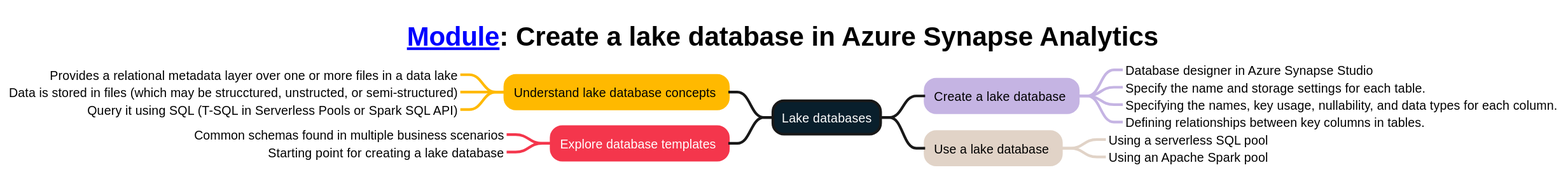
The PlantUML diagram mindmaps/06-Create a lake database in Azure Synapse Analytics.svg in weslbo/dp-203, before a commit.
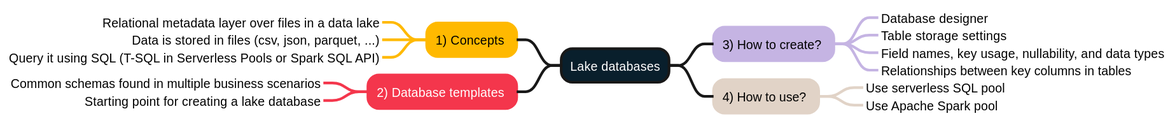
Later version of the same file.

The edit, as a diff of the source:
```diff
@@ -1,62 +1,55 @@
 @startmindmap
 <style>
-title {
-        FontSize 30
-        FontColor #000000
-    }
-mindmapDiagram {
-    :depth(0) {
-        BackgroundColor #091f2c
-        FontColor #ffffff
-        LineThickness 3.0
-    }
-    .topic1 {
-        BackgroundColor #ffb900
-        LineColor #ffb900
-        LineThickness 3.0
-        FontColor #000000
-    }
-    .topic2 {
-        BackgroundColor #f4364c
-        LineColor #f4364c
-        LineThickness 3.0
-        FontColor #ffffff
-    }
-    .topic3 {
-        BackgroundColor #c5b4e3
-        LineColor #c5b4e3
-        LineThickness 3.0
-        FontColor #000000
-    }
-    .topic4 {
-        BackgroundColor #e1d3c7
-        LineColor #e1d3c7
-        LineThickness 3.0
-        FontColor #000000
-    }
-    .topic5 {
-        BackgroundColor #07641d
-        LineColor #07641d
-        LineThickness 3.0
-        FontColor #ffffff
-    }
+:depth(0) {
+    BackgroundColor #091f2c
+    FontColor #ffffff
+    LineThickness 3.0
+}
+.topic1 {
+    BackgroundColor #ffb900
+    LineColor #ffb900
+    LineThickness 3.0
+    FontColor #000000
+}
+.topic2 {
+    BackgroundColor #f4364c
+    LineColor #f4364c
+    LineThickness 3.0
+    FontColor #ffffff
+}
+.topic3 {
+    BackgroundColor #c5b4e3
+    LineColor #c5b4e3
+    LineThickness 3.0
+    FontColor #000000
+}
+.topic4 {
+    BackgroundColor #e1d3c7
+    LineColor #e1d3c7
+    LineThickness 3.0
+    FontColor #000000
+}
+.topic5 {
+    BackgroundColor #07641d
+    LineColor #07641d
+    LineThickness 3.0
+    FontColor #ffffff
 }
 </style>
-title [[https://learn.microsoft.com/training/modules/create-metadata-objects-azure-synapse-serverless-sql-pools/ Module]]: Create a lake database in Azure Synapse Analytics
 + Lake databases
--- Understand lake database concepts <<topic1>>
----_ Provides a relational metadata layer over one or more files in a data lake
----_ Data is stored in files (which may be strucctured, unstructed, or semi-structured)
+-- 1) Concepts <<topic1>>
+---_ Relational metadata layer over files in a data lake
+---_ Data is stored in files (csv, json, parquet, ...)
 ---_ Query it using SQL (T-SQL in Serverless Pools or Spark SQL API)
--- Explore database templates <<topic2>>
+-- 2) Database templates <<topic2>>
 ---_ Common schemas found in multiple business scenarios
 ---_ Starting point for creating a lake database
-++ Create a lake database <<topic3>>
-+++_ Database designer in Azure Synapse Studio
-+++_ Specify the name and storage settings for each table.
-+++_ Specifying the names, key usage, nullability, and data types for each column.
-+++_ Defining relationships between key columns in tables.
-++ Use a lake database <<topic4>>
-+++_ Using a serverless SQL pool
-+++_ Using an Apache Spark pool
+++ 3) How to create? <<topic3>>
++++_ Database designer
++++_ Table storage settings
++++_ Field names, key usage, nullability, and data types
++++_ Relationships between key columns in tables
+++ 4) How to use? <<topic4>>
++++_ Use serverless SQL pool
++++_ Use Apache Spark pool
 @endmindmap
```
